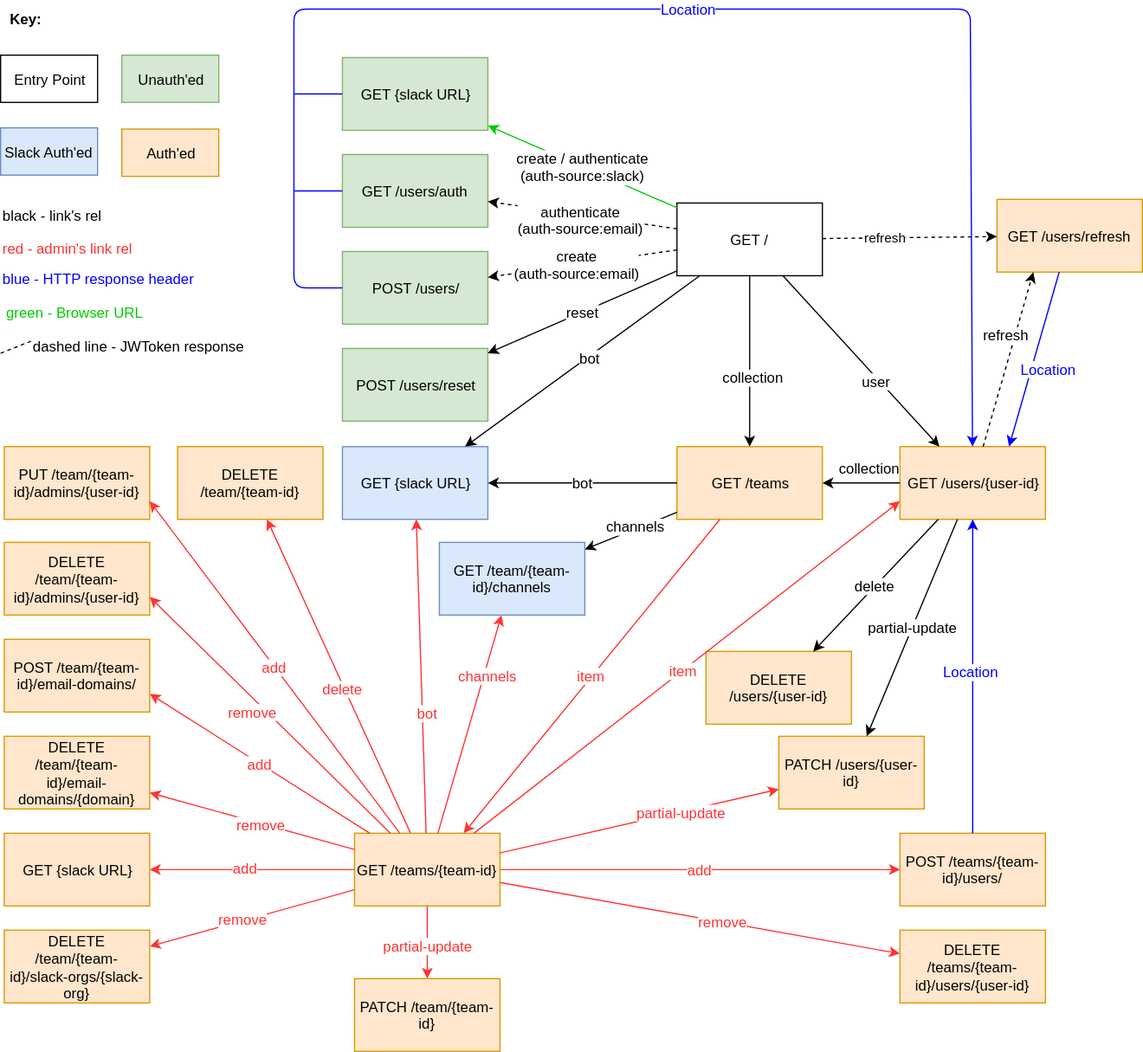
open-company/open-company-auth keeps this draw.io diagram as docs/OC-Auth-REST-API.svg. Above is the earlier version. Source tidied: cells renumbered, new cells last; positions are measured from the earlier drawing's top-left corner, leaving out a move shared by most shapes.
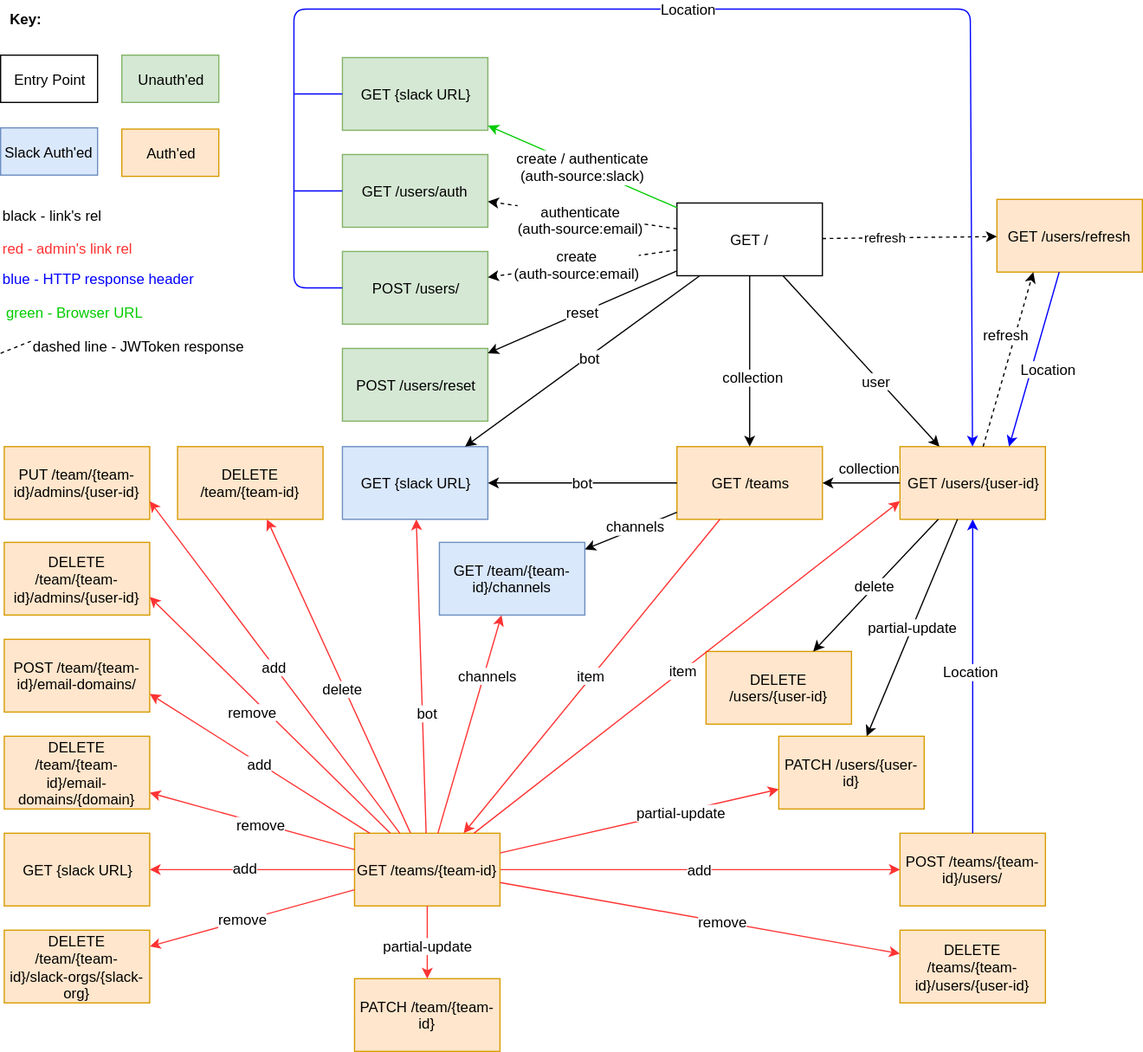
After the commit.

Diff of the diagram source:
```diff
@@ -75,10 +75,10 @@
     <mxCell id="24" style="endArrow=classic;html=1;strokeColor=#FF3333;" parent="1" edge="1" source="40" target="23">
       <mxGeometry relative="1" as="geometry" />
     </mxCell>
-    <mxCell id="25" value="delete" style="text;html=1;align=center;verticalAlign=middle;labelBackgroundColor=#ffffff;fontSize=12;fontColor=#FF3333;" parent="24" vertex="1">
+    <mxCell id="25" value="delete" style="text;html=1;align=center;verticalAlign=middle;labelBackgroundColor=#ffffff;fontSize=12;fontColor=#000000;" parent="24" vertex="1">
       <mxGeometry x="-0.07" y="1" relative="1" as="geometry" />
     </mxCell>
-    <mxCell id="26" value="&lt;font color=&quot;#ff3333&quot;&gt;add&lt;/font&gt;&lt;br&gt;" style="endArrow=classic;html=1;fontSize=12;strokeColor=#FF3333;" parent="1" edge="1" source="40" target="15">
+    <mxCell id="26" value="add&lt;br&gt;" style="endArrow=classic;html=1;fontSize=12;strokeColor=#FF3333;" parent="1" edge="1" source="40" target="15">
       <mxGeometry relative="1" as="geometry" />
     </mxCell>
     <mxCell id="27" style="endArrow=classic;html=1;dashed=1;entryX=0.25;entryY=1;" parent="1" edge="1" source="20" target="11">
@@ -128,13 +128,13 @@
     <mxCell id="40" value="GET /teams/{team-id}" style="whiteSpace=wrap;html=1;fillColor=#ffe6cc;strokeColor=#d79b00;" parent="1" vertex="1">
       <mxGeometry x="292" y="682" width="120" height="60" as="geometry" />
     </mxCell>
-    <mxCell id="41" value="&lt;font color=&quot;#ff3333&quot;&gt;item&lt;/font&gt;" style="endArrow=classic;html=1;fontSize=12;entryX=0.75;entryY=0;strokeColor=#FF3333;" parent="1" edge="1" source="17" target="40">
+    <mxCell id="41" value="item" style="endArrow=classic;html=1;fontSize=12;entryX=0.75;entryY=0;strokeColor=#FF3333;" parent="1" edge="1" source="17" target="40">
       <mxGeometry relative="1" as="geometry" />
     </mxCell>
     <mxCell id="42" style="endArrow=classic;html=1;fontSize=12;strokeColor=#0000FF;" parent="1" edge="1" source="15" target="20">
       <mxGeometry relative="1" as="geometry" />
     </mxCell>
-    <mxCell id="43" value="&lt;font color=&quot;#0000ff&quot;&gt;Location&lt;/font&gt;" style="text;html=1;align=center;verticalAlign=middle;labelBackgroundColor=#ffffff;fontSize=12;" parent="42" vertex="1">
+    <mxCell id="43" value="Location" style="text;html=1;align=center;verticalAlign=middle;labelBackgroundColor=#ffffff;fontSize=12;" parent="42" vertex="1">
       <mxGeometry x="0.04" y="2" relative="1" as="geometry" />
     </mxCell>
     <mxCell id="44" value="DELETE /users/{user-id}" style="whiteSpace=wrap;html=1;fillColor=#ffe6cc;strokeColor=#d79b00;" parent="1" vertex="1">
@@ -143,7 +143,7 @@
     <mxCell id="45" style="endArrow=classic;html=1;strokeColor=#FF3333;fontSize=12;entryX=0;entryY=0.75;" parent="1" edge="1" source="40" target="20">
       <mxGeometry relative="1" as="geometry" />
     </mxCell>
-    <mxCell id="46" value="item" style="text;html=1;align=center;verticalAlign=middle;labelBackgroundColor=#ffffff;fontSize=12;fontColor=#FF3333;" parent="45" vertex="1">
+    <mxCell id="46" value="&lt;font color=&quot;#000000&quot;&gt;item&lt;/font&gt;" style="text;html=1;align=center;verticalAlign=middle;labelBackgroundColor=#ffffff;fontSize=12;fontColor=#FF3333;" parent="45" vertex="1">
       <mxGeometry x="-0.02" relative="1" as="geometry" />
     </mxCell>
     <mxCell id="47" value="red - admin's link rel" style="text;html=1;strokeColor=none;fillColor=none;align=left;verticalAlign=middle;whiteSpace=wrap;fontColor=#FF3333;" parent="1" vertex="1">
@@ -164,30 +164,30 @@
     <mxCell id="52" value="DELETE /team/{team-id}/slack-orgs/{slack-org}" style="whiteSpace=wrap;html=1;fillColor=#ffe6cc;strokeColor=#d79b00;" parent="1" vertex="1">
       <mxGeometry x="3" y="762" width="120" height="60" as="geometry" />
     </mxCell>
-    <mxCell id="53" value="add" style="endArrow=classic;html=1;strokeColor=#FF3333;fontSize=12;fontColor=#FF3333;entryX=1;entryY=0.75;" parent="1" edge="1" source="40" target="48">
+    <mxCell id="53" value="add" style="endArrow=classic;html=1;strokeColor=#FF3333;fontSize=12;fontColor=#000000;entryX=1;entryY=0.75;" parent="1" edge="1" source="40" target="48">
       <mxGeometry relative="1" as="geometry" />
     </mxCell>
     <mxCell id="54" style="endArrow=classic;html=1;strokeColor=#FF3333;fontSize=12;fontColor=#FF3333;entryX=1;entryY=0.75;" parent="1" edge="1" source="40" target="49">
       <mxGeometry relative="1" as="geometry" />
     </mxCell>
-    <mxCell id="55" value="remove" style="text;html=1;align=center;verticalAlign=middle;labelBackgroundColor=#ffffff;fontSize=12;fontColor=#FF3333;" parent="54" vertex="1">
+    <mxCell id="55" value="remove" style="text;html=1;align=center;verticalAlign=middle;labelBackgroundColor=#ffffff;fontSize=12;fontColor=#000000;" parent="54" vertex="1">
       <mxGeometry x="-0.01" y="1" relative="1" as="geometry">
         <mxPoint x="-15" y="-4" as="offset" />
       </mxGeometry>
     </mxCell>
-    <mxCell id="56" value="add" style="endArrow=classic;html=1;strokeColor=#FF3333;fontSize=12;fontColor=#FF3333;entryX=1;entryY=0.75;" parent="1" edge="1" source="40" target="50">
+    <mxCell id="56" value="&lt;font color=&quot;#000000&quot;&gt;add&lt;/font&gt;" style="endArrow=classic;html=1;strokeColor=#FF3333;fontSize=12;fontColor=#FF3333;entryX=1;entryY=0.75;" parent="1" edge="1" source="40" target="50">
       <mxGeometry relative="1" as="geometry" />
     </mxCell>
     <mxCell id="57" style="endArrow=classic;html=1;strokeColor=#FF3333;fontSize=12;fontColor=#FF3333;" parent="1" edge="1" source="40" target="51">
       <mxGeometry relative="1" as="geometry" />
     </mxCell>
-    <mxCell id="58" value="remove" style="text;html=1;align=center;verticalAlign=middle;labelBackgroundColor=#ffffff;fontSize=12;fontColor=#FF3333;" parent="57" vertex="1">
+    <mxCell id="58" value="remove" style="text;html=1;align=center;verticalAlign=middle;labelBackgroundColor=#ffffff;fontSize=12;fontColor=#000000;" parent="57" vertex="1">
       <mxGeometry x="-0.09" relative="1" as="geometry" />
     </mxCell>
     <mxCell id="59" style="endArrow=classic;html=1;strokeColor=#FF3333;fontSize=12;fontColor=#FF3333;" parent="1" edge="1" source="40" target="52">
       <mxGeometry relative="1" as="geometry" />
     </mxCell>
-    <mxCell id="60" value="remove" style="text;html=1;align=center;verticalAlign=middle;labelBackgroundColor=#ffffff;fontSize=12;fontColor=#FF3333;" parent="59" vertex="1">
+    <mxCell id="60" value="remove" style="text;html=1;align=center;verticalAlign=middle;labelBackgroundColor=#ffffff;fontSize=12;fontColor=#000000;" parent="59" vertex="1">
       <mxGeometry x="0.08" y="-2" relative="1" as="geometry" />
     </mxCell>
     <mxCell id="61" style="endArrow=classic;html=1;strokeColor=#000000;fontSize=12;fontColor=#FF3333;" parent="1" edge="1" source="20" target="44">
@@ -207,7 +207,7 @@
         <mxPoint x="-6" y="-10" as="offset" />
       </mxGeometry>
     </mxCell>
-    <mxCell id="66" value="&lt;font color=&quot;#0000ff&quot;&gt;Location&lt;/font&gt;" style="endArrow=classic;html=1;strokeColor=#0000FF;fontSize=12;fontColor=#000000;" parent="1" edge="1" source="3" target="20">
+    <mxCell id="66" value="Location" style="endArrow=classic;html=1;strokeColor=#0000FF;fontSize=12;fontColor=#000000;" parent="1" edge="1" source="3" target="20">
       <mxGeometry relative="1" as="geometry">
         <Array as="points">
           <mxPoint x="242" y="232" />
@@ -229,7 +229,7 @@
     <mxCell id="69" style="endArrow=classic;html=1;strokeColor=#0000FF;fontSize=12;fontColor=#000000;entryX=0.75;entryY=0;" parent="1" edge="1" source="11" target="20">
       <mxGeometry relative="1" as="geometry" />
     </mxCell>
-    <mxCell id="70" value="&lt;font color=&quot;#0000ff&quot;&gt;Location&lt;/font&gt;" style="text;html=1;align=center;verticalAlign=middle;labelBackgroundColor=#ffffff;fontSize=12;fontColor=#000000;" parent="69" vertex="1">
+    <mxCell id="70" value="Location" style="text;html=1;align=center;verticalAlign=middle;labelBackgroundColor=#ffffff;fontSize=12;fontColor=#000000;" parent="69" vertex="1">
       <mxGeometry x="0.01" y="-1" relative="1" as="geometry">
         <mxPoint x="12" y="8" as="offset" />
       </mxGeometry>
@@ -237,13 +237,13 @@
     <mxCell id="71" style="endArrow=classic;html=1;strokeColor=#FF3333;fontSize=12;fontColor=#000000;" parent="1" edge="1" source="40" target="88">
       <mxGeometry relative="1" as="geometry" />
     </mxCell>
-    <mxCell id="72" value="remove" style="text;html=1;align=center;verticalAlign=middle;labelBackgroundColor=#ffffff;fontSize=12;fontColor=#FF3333;" parent="71" vertex="1">
+    <mxCell id="72" value="remove" style="text;html=1;align=center;verticalAlign=middle;labelBackgroundColor=#ffffff;fontSize=12;fontColor=#000000;" parent="71" vertex="1">
       <mxGeometry x="0.11" y="1" relative="1" as="geometry" />
     </mxCell>
     <mxCell id="73" style="endArrow=classic;html=1;strokeColor=#FF3333;fontSize=12;fontColor=#FF3333;" parent="1" edge="1" source="40" target="16">
       <mxGeometry relative="1" as="geometry" />
     </mxCell>
-    <mxCell id="74" value="channels" style="text;html=1;align=center;verticalAlign=middle;labelBackgroundColor=#ffffff;fontSize=12;fontColor=#FF3333;" parent="73" vertex="1">
+    <mxCell id="74" value="channels" style="text;html=1;align=center;verticalAlign=middle;labelBackgroundColor=#ffffff;fontSize=12;fontColor=#000000;" parent="73" vertex="1">
       <mxGeometry x="-0.16" y="1" relative="1" as="geometry">
         <mxPoint x="20" y="-55" as="offset" />
       </mxGeometry>
@@ -262,7 +262,7 @@
     <mxCell id="78" style="endArrow=classic;html=1;strokeColor=#FF3333;fontSize=12;fontColor=#FF3333;" parent="1" edge="1" source="40" target="13">
       <mxGeometry relative="1" as="geometry" />
     </mxCell>
-    <mxCell id="79" value="bot" style="text;html=1;align=center;verticalAlign=middle;labelBackgroundColor=#ffffff;fontSize=12;fontColor=#FF3333;" parent="78" vertex="1">
+    <mxCell id="79" value="bot" style="text;html=1;align=center;verticalAlign=middle;labelBackgroundColor=#ffffff;fontSize=12;fontColor=#000000;" parent="78" vertex="1">
       <mxGeometry x="-0.36" relative="1" as="geometry">
         <mxPoint x="4" y="-18" as="offset" />
       </mxGeometry>
@@ -270,7 +270,7 @@
     <mxCell id="80" style="endArrow=classic;html=1;strokeColor=#FF3333;fontSize=12;fontColor=#FF3333;" parent="1" edge="1" source="40" target="14">
       <mxGeometry relative="1" as="geometry" />
     </mxCell>
-    <mxCell id="81" value="partial-update" style="text;html=1;align=center;verticalAlign=middle;labelBackgroundColor=#ffffff;fontSize=12;fontColor=#FF3333;" parent="80" vertex="1">
+    <mxCell id="81" value="&lt;font color=&quot;#000000&quot;&gt;partial-update&lt;/font&gt;" style="text;html=1;align=center;verticalAlign=middle;labelBackgroundColor=#ffffff;fontSize=12;fontColor=#FF3333;" parent="80" vertex="1">
       <mxGeometry x="0.3" relative="1" as="geometry" />
     </mxCell>
     <mxCell id="82" value="PATCH /team/{team-id}" style="whiteSpace=wrap;html=1;fillColor=#ffe6cc;strokeColor=#d79b00;" parent="1" vertex="1">
@@ -279,7 +279,7 @@
     <mxCell id="83" style="endArrow=classic;html=1;strokeColor=#FF3333;fontSize=12;fontColor=#FF3333;" parent="1" edge="1" source="40" target="82">
       <mxGeometry relative="1" as="geometry" />
     </mxCell>
-    <mxCell id="84" value="partial-update" style="text;html=1;align=center;verticalAlign=middle;labelBackgroundColor=#ffffff;fontSize=12;fontColor=#FF3333;" parent="83" vertex="1">
+    <mxCell id="84" value="partial-update" style="text;html=1;align=center;verticalAlign=middle;labelBackgroundColor=#ffffff;fontSize=12;fontColor=#000000;" parent="83" vertex="1">
       <mxGeometry x="0.05" relative="1" as="geometry" />
     </mxCell>
     <mxCell id="85" value="GET {slack URL}" style="whiteSpace=wrap;html=1;fillColor=#ffe6cc;strokeColor=#d79b00;" parent="1" vertex="1">
@@ -288,7 +288,7 @@
     <mxCell id="86" style="endArrow=classic;html=1;strokeColor=#FF3333;fontSize=12;fontColor=#FF3333;" parent="1" edge="1" source="40" target="85">
       <mxGeometry x="11" y="736.6" as="geometry" />
     </mxCell>
-    <mxCell id="87" value="add" style="text;html=1;align=center;verticalAlign=middle;labelBackgroundColor=#ffffff;fontSize=12;fontColor=#FF3333;" parent="86" vertex="1">
+    <mxCell id="87" value="add" style="text;html=1;align=center;verticalAlign=middle;labelBackgroundColor=#ffffff;fontSize=12;fontColor=#000000;" parent="86" vertex="1">
       <mxGeometry x="0.08" y="-2" relative="1" as="geometry" />
     </mxCell>
     <mxCell id="88" value="DELETE /teams/{team-id}/users/{user-id}" style="whiteSpace=wrap;html=1;fillColor=#ffe6cc;strokeColor=#d79b00;" parent="1" vertex="1">
```
